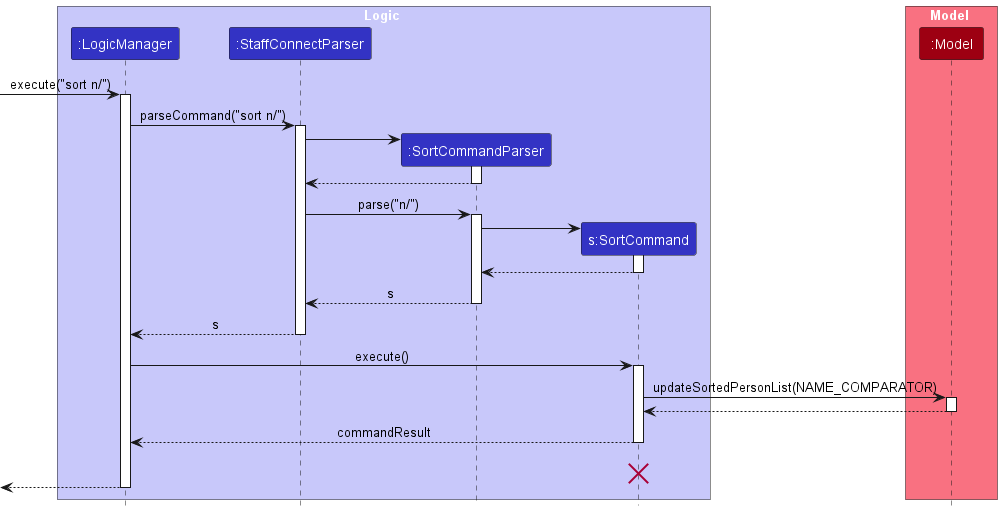
Earlier version of the PlantUML export docs/images/SortSequenceDiagram.png (whitesnowx/tp).
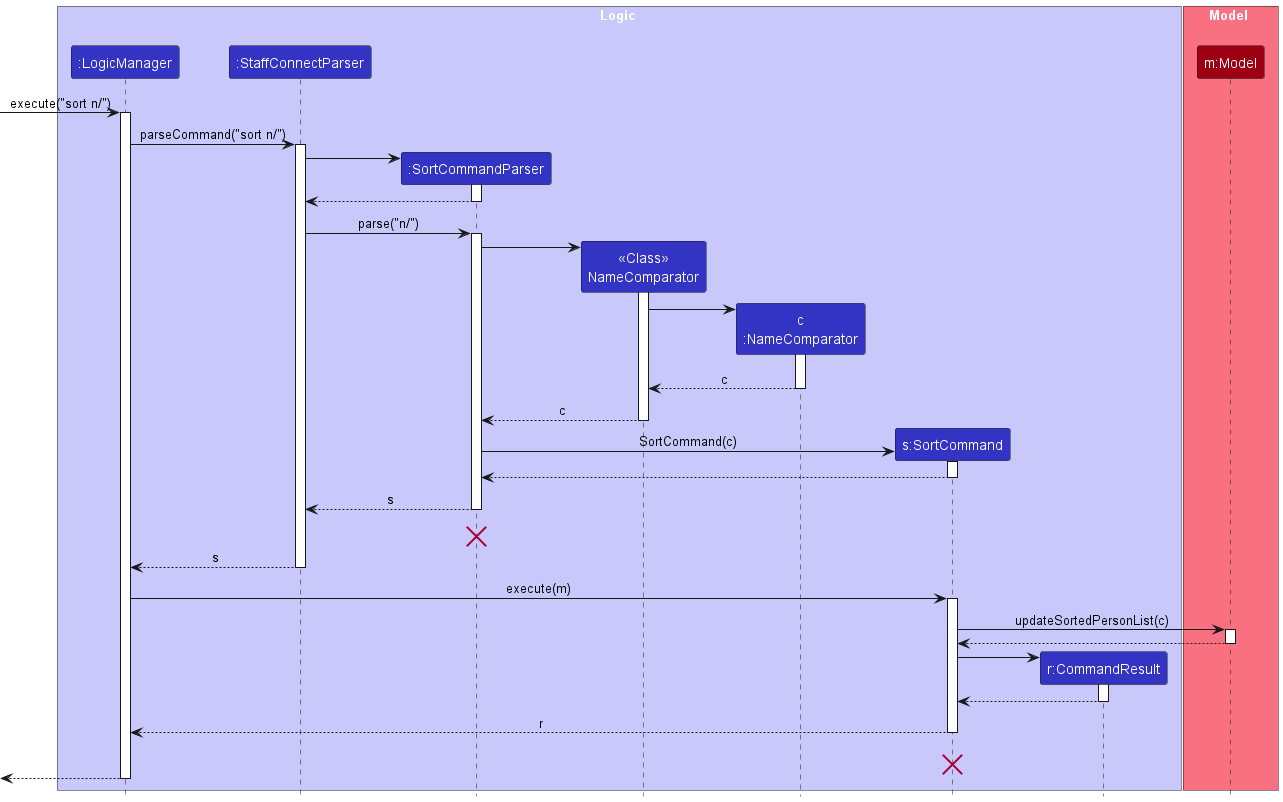
After the change.

The edit, as a diff of the source:
```diff
@@ -7,11 +7,14 @@
 participant ":LogicManager" as LogicManager LOGIC_COLOR
 participant ":StaffConnectParser" as StaffConnectParser LOGIC_COLOR
 participant ":SortCommandParser" as SortCommandParser LOGIC_COLOR
+participant "<<Class>>\nNameComparator" as NameComparator LOGIC_COLOR
+participant "c\n:NameComparator" as NAME_COMPARATOR LOGIC_COLOR
 participant "s:SortCommand" as SortCommand LOGIC_COLOR
+participant "r:CommandResult" as CommandResult LOGIC_COLOR
 end box
 
 box Model MODEL_COLOR_T1
-participant ":Model" as Model MODEL_COLOR
+participant "m:Model" as Model MODEL_COLOR
 end box
 [-> LogicManager : execute("sort n/")
 activate LogicManager
@@ -29,8 +32,22 @@
 StaffConnectParser -> SortCommandParser : parse("n/")
 activate SortCommandParser
 
+create NameComparator
+SortCommandParser -> NameComparator
+activate NameComparator
+
+create NAME_COMPARATOR
+NameComparator -> NAME_COMPARATOR
+activate NAME_COMPARATOR
+
+NAME_COMPARATOR --> NameComparator : c
+deactivate NAME_COMPARATOR
+
+NameComparator --> SortCommandParser : c
+deactivate NameComparator
+
 create SortCommand
-SortCommandParser -> SortCommand :
+SortCommandParser -> SortCommand : SortCommand(c)
 activate SortCommand
 
 SortCommand --> SortCommandParser
@@ -39,22 +56,34 @@
 SortCommandParser --> StaffConnectParser  : s
 deactivate SortCommandParser
 
+SortCommandParser -[hidden]-> SortCommandParser
+destroy SortCommandParser
+
 StaffConnectParser --> LogicManager : s
 deactivate StaffConnectParser
 
-LogicManager -> SortCommand : execute()
+LogicManager -> SortCommand : execute(m)
 activate SortCommand
 
-SortCommand -> Model : updateSortedPersonList(NAME_COMPARATOR)
+SortCommand -> Model : updateSortedPersonList(c)
 activate Model
 
 Model --> SortCommand
 deactivate Model
 
-SortCommand --> LogicManager : commandResult
+create CommandResult
+SortCommand -> CommandResult
+activate CommandResult
+
+CommandResult --> SortCommand
+deactivate CommandResult
+
+SortCommand --> LogicManager : r
 deactivate SortCommand
+
 SortCommand -[hidden]-> LogicManager : result
 destroy SortCommand
+
 
 [<--LogicManager
 deactivate LogicManager
```
